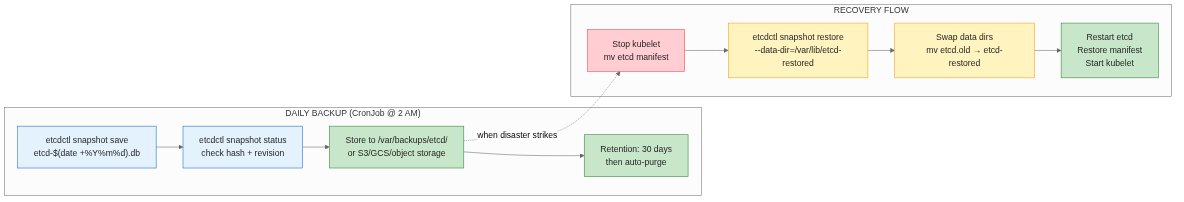
H3xKatana/blog-posts keeps this Mermaid diagram as etcd-production-management/backup-flow.png. Above is the earlier version. Its source is kept beside it as etcd-production-management/backup-flow.mmd.
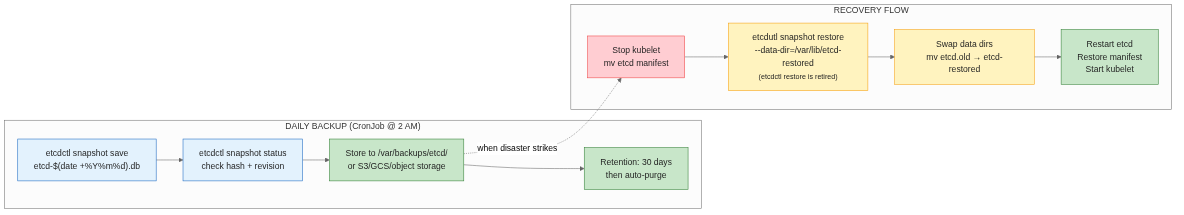
After the commit.

Commit message:
fix: etcdctl snapshot restore -> etcdutl snapshot restore (retired)

What changed in the source:
```diff
@@ -8,7 +8,7 @@
 
     subgraph RECOVERY["RECOVERY FLOW"]
         STOP["Stop kubelet<br/>mv etcd manifest"]
-        RESTORE["etcdctl snapshot restore<br/>--data-dir=/var/lib/etcd-restored"]
+        RESTORE["etcdutl snapshot restore<br/>--data-dir=/var/lib/etcd-restored<br/><small>(etcdctl restore is retired)</small>"]
         SWAP["Swap data dirs<br/>mv etcd.old → etcd-restored"]
         START["Restart etcd<br/>Restore manifest<br/>Start kubelet"]
     end
```
